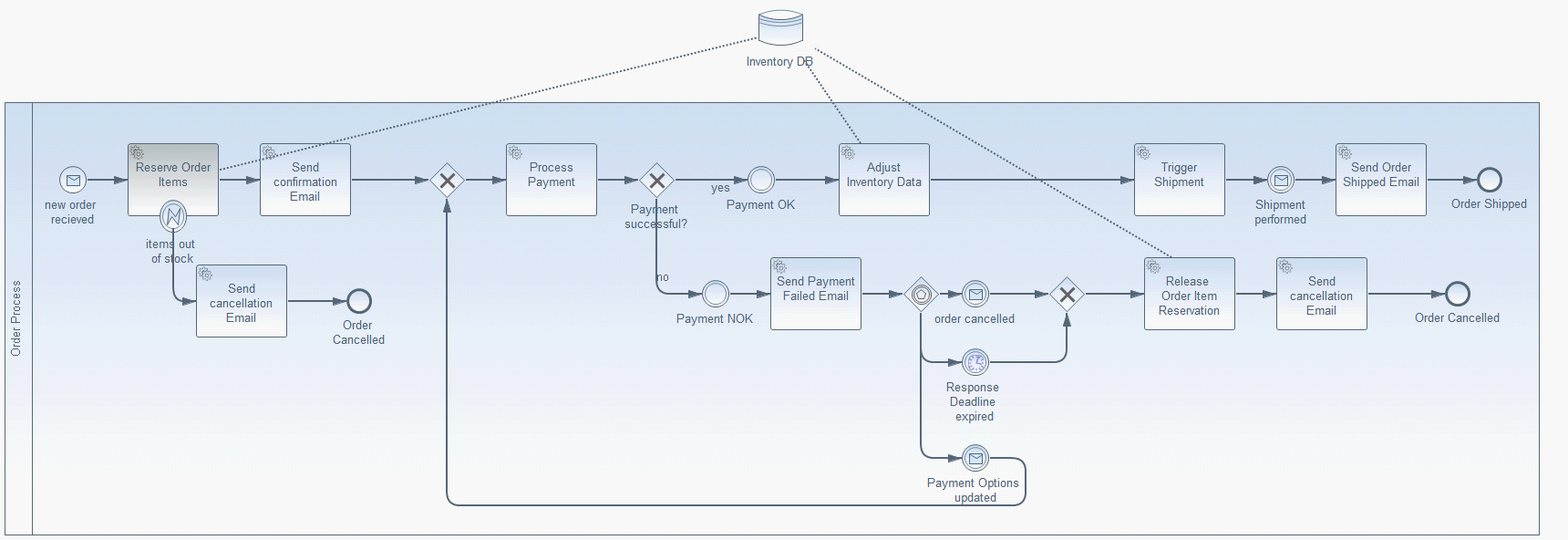
The BPMN diagram fruit-shop-app/src/main/resources/processOrder.png in meyerdan/order-processing-demo, before a commit. Its source is kept beside it as fruit-shop-app/src/main/resources/processOrder.bpmn. Ids are renumbered.
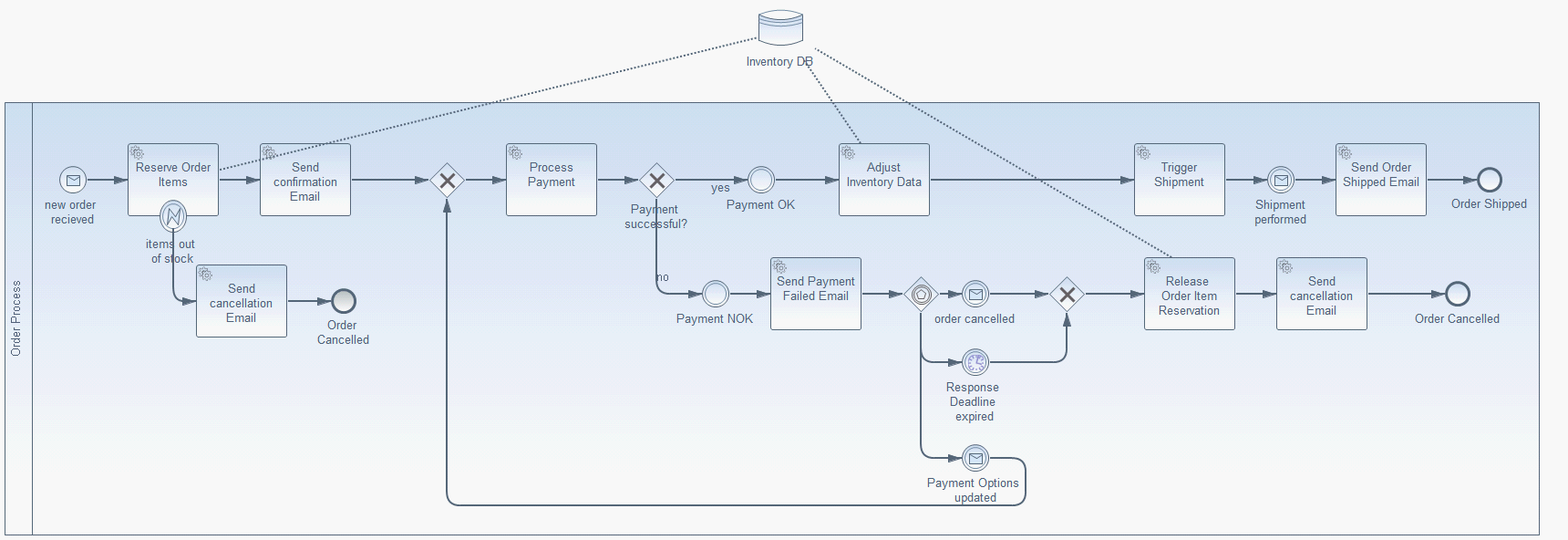
The same diagram one commit later.

The edit, as a diff of the source:
```diff
@@ -19,8 +19,7 @@
         <flowNodeRef>sid-EDCF7D66-7E3F-449F-9BDA-D0067E150F79</flowNodeRef>
-        <flowNodeRef>sid-59A38225-FF3F-4185-96CB-22D4180C5245</flowNodeRef>
+        <flowNodeRef>EndShipped2</flowNodeRef>
         <flowNodeRef>sid-382F031A-2A5F-474D-A986-A148D42F4662</flowNodeRef>
-        <flowNodeRef>sid-6A9F342B-1193-41BF-BF22-340E65BE1474</flowNodeRef>
+        <flowNodeRef>EndOrderCancelled2</flowNodeRef>
         <flowNodeRef>sid-3A7E6B25-4EA8-4A41-9B72-3DE9D47C74C0</flowNodeRef>
         <flowNodeRef>sid-23405C16-2806-47D8-AAEA-75DFFB701C02</flowNodeRef>
-        <flowNodeRef>sid-1F58693B-1A07-4BFA-9977-2B2AAE5D5504</flowNodeRef>
         <flowNodeRef>sid-0FE364B3-F436-4FFB-919C-F0C8B3483D77</flowNodeRef>
@@ -38,2 +37,3 @@
         <flowNodeRef>sid-95888210-337C-4C03-BC3D-2B60D69B6210</flowNodeRef>
+        <flowNodeRef>EndOrderCancelled1</flowNodeRef>
       </lane>
@@ -45,2 +45,6 @@
     <serviceTask id="sid-F2EC54E7-D69F-466B-96A3-78385F1DB3CB" activiti:expression="${processOrder.reserveOrderItems()}" activiti:async="true" name="Reserve Order Items" implementation="webService">
+      <extensionElements>
+        <activiti:executionListener class="com.camunda.fox.showcase.fruitshop.application.dashboard.monitoring.MonitoringEventListener" event="start"/>
+        <activiti:executionListener class="com.camunda.fox.showcase.fruitshop.application.dashboard.monitoring.MonitoringEventListener" event="end"/>
+      </extensionElements>
       <incoming>sid-CBBF786D-5FD8-4832-AAEC-F6A61EC39274</incoming>
@@ -49,2 +53,6 @@
     <serviceTask id="sid-7A07C7FE-AF3A-47AE-B6B3-905B25EA48A3" activiti:expression="${true}" name="Send confirmation Email" implementation="webService">
+      <extensionElements>
+        <activiti:executionListener class="com.camunda.fox.showcase.fruitshop.application.dashboard.monitoring.MonitoringEventListener" event="start"/>
+        <activiti:executionListener class="com.camunda.fox.showcase.fruitshop.application.dashboard.monitoring.MonitoringEventListener" event="end"/>
+      </extensionElements>
       <incoming>sid-25E77FF0-93A5-4723-9E95-9ADF4025A05E</incoming>
@@ -53,9 +61,15 @@
     <serviceTask id="sid-73454FC8-D69E-41B4-841D-E8E6870E1B04" activiti:expression="${true}" name="Trigger Shipment" implementation="webService">
+      <extensionElements>
+        <activiti:executionListener class="com.camunda.fox.showcase.fruitshop.application.dashboard.monitoring.MonitoringEventListener" event="start"/>
+        <activiti:executionListener class="com.camunda.fox.showcase.fruitshop.application.dashboard.monitoring.MonitoringEventListener" event="end"/>
+      </extensionElements>
       <incoming>sid-210A1C4D-85A5-45C2-88A6-551F4807D90D</incoming>
       <outgoing>sid-947F3EBE-B6CF-436E-97E5-6DE3D1E903AC</outgoing>
-      <outgoing>sid-233CE02E-5951-4E51-A02F-792FC77398D7</outgoing>
     </serviceTask>
     <intermediateCatchEvent id="sid-AC30AB02-8A00-46BB-92DF-49B1972BF77A" name="Shipment&#xA;performed">
+      <extensionElements>
+        <activiti:executionListener class="com.camunda.fox.showcase.fruitshop.application.dashboard.monitoring.MonitoringEventListener" event="start"/>
+        <activiti:executionListener class="com.camunda.fox.showcase.fruitshop.application.dashboard.monitoring.MonitoringEventListener" event="end"/>
+      </extensionElements>
       <incoming>sid-947F3EBE-B6CF-436E-97E5-6DE3D1E903AC</incoming>
-      <incoming>sid-233CE02E-5951-4E51-A02F-792FC77398D7</incoming>
       <outgoing>sid-2F9B6358-A3B4-4FD4-8B44-FB9ABC979262</outgoing>
@@ -64,2 +78,6 @@
     <serviceTask id="sid-EDCF7D66-7E3F-449F-9BDA-D0067E150F79" activiti:expression="${true}" name="Send Order Shipped Email" implementation="webService">
+      <extensionElements>
+        <activiti:executionListener class="com.camunda.fox.showcase.fruitshop.application.dashboard.monitoring.MonitoringEventListener" event="start"/>
+        <activiti:executionListener class="com.camunda.fox.showcase.fruitshop.application.dashboard.monitoring.MonitoringEventListener" event="end"/>
+      </extensionElements>
       <incoming>sid-2F9B6358-A3B4-4FD4-8B44-FB9ABC979262</incoming>
@@ -67,3 +85,7 @@
     </serviceTask>
-    <endEvent id="sid-59A38225-FF3F-4185-96CB-22D4180C5245" name="Order Shipped">
+    <endEvent id="EndShipped2" name="Order Shipped">
+      <extensionElements>
+        <activiti:executionListener class="com.camunda.fox.showcase.fruitshop.application.dashboard.monitoring.MonitoringEventListener" event="start"/>
+        <activiti:executionListener class="com.camunda.fox.showcase.fruitshop.application.dashboard.monitoring.MonitoringEventListener" event="end"/>
+      </extensionElements>
       <incoming>sid-5760EEBD-CF43-41FD-AB7C-33950B50A3D3</incoming>
@@ -71,2 +93,6 @@
     <serviceTask id="sid-382F031A-2A5F-474D-A986-A148D42F4662" activiti:expression="${true}" name="Release &#xA;Order Item Reservation" implementation="webService">
+      <extensionElements>
+        <activiti:executionListener class="com.camunda.fox.showcase.fruitshop.application.dashboard.monitoring.MonitoringEventListener" event="start"/>
+        <activiti:executionListener class="com.camunda.fox.showcase.fruitshop.application.dashboard.monitoring.MonitoringEventListener" event="end"/>
+      </extensionElements>
       <incoming>sid-8D53F495-8722-495C-8331-DF1C34AC364B</incoming>
@@ -74,3 +100,7 @@
     </serviceTask>
-    <endEvent id="sid-6A9F342B-1193-41BF-BF22-340E65BE1474" name="Order Cancelled">
+    <endEvent id="EndOrderCancelled2" name="Order Cancelled">
+      <extensionElements>
+        <activiti:executionListener class="com.camunda.fox.showcase.fruitshop.application.dashboard.monitoring.MonitoringEventListener" event="start"/>
+        <activiti:executionListener class="com.camunda.fox.showcase.fruitshop.application.dashboard.monitoring.MonitoringEventListener" event="end"/>
+      </extensionElements>
       <incoming>sid-928AFF99-C772-4FAD-94B1-E5F6E674BEFC</incoming>
@@ -82,2 +112,6 @@
     <serviceTask id="sid-23405C16-2806-47D8-AAEA-75DFFB701C02" activiti:expression="${true}" name="Send cancellation Email" implementation="webService">
+      <extensionElements>
+        <activiti:executionListener class="com.camunda.fox.showcase.fruitshop.application.dashboard.monitoring.MonitoringEventListener" event="start"/>
+        <activiti:executionListener class="com.camunda.fox.showcase.fruitshop.application.dashboard.monitoring.MonitoringEventListener" event="end"/>
+      </extensionElements>
       <incoming>sid-071D6F05-6D8F-4588-AA13-C4256E9416C1</incoming>
@@ -85,6 +119,7 @@
     </serviceTask>
-    <endEvent id="sid-1F58693B-1A07-4BFA-9977-2B2AAE5D5504" name="Order &#xA;Cancelled">
-      <incoming>sid-20ADF415-74E2-4AD1-B02B-837C61AB645F</incoming>
-    </endEvent>
     <intermediateThrowEvent id="sid-0FE364B3-F436-4FFB-919C-F0C8B3483D77" name="Payment OK">
+      <extensionElements>
+        <activiti:executionListener class="com.camunda.fox.showcase.fruitshop.application.dashboard.monitoring.MonitoringEventListener" event="start"/>
+        <activiti:executionListener class="com.camunda.fox.showcase.fruitshop.application.dashboard.monitoring.MonitoringEventListener" event="end"/>
+      </extensionElements>
       <incoming>sid-CB840199-14E7-4D75-889B-6C7AD565D647</incoming>
@@ -93,2 +128,6 @@
     <intermediateCatchEvent id="sid-F939A9FD-B74B-4AC8-808E-45F9ABDB4437" name="Response &#xA;Deadline &#xA;expired">
+      <extensionElements>
+        <activiti:executionListener class="com.camunda.fox.showcase.fruitshop.application.dashboard.monitoring.MonitoringEventListener" event="start"/>
+        <activiti:executionListener class="com.camunda.fox.showcase.fruitshop.application.dashboard.monitoring.MonitoringEventListener" event="end"/>
+      </extensionElements>
       <incoming>sid-ED12FE5C-464E-46C9-8428-99AA2714BE74</incoming>
@@ -100,2 +139,6 @@
     <intermediateCatchEvent id="sid-69C544B8-87A8-4EB7-80A1-36C10C807070" name="Payment Options &#xA;updated&#xA;">
+      <extensionElements>
+        <activiti:executionListener class="com.camunda.fox.showcase.fruitshop.application.dashboard.monitoring.MonitoringEventListener" event="start"/>
+        <activiti:executionListener class="com.camunda.fox.showcase.fruitshop.application.dashboard.monitoring.MonitoringEventListener" event="end"/>
+      </extensionElements>
       <incoming>sid-764C1FB8-5259-4CA5-AF1A-10F9671814E3</incoming>
@@ -110,2 +153,6 @@
     <serviceTask id="sid-4CAB9C5D-6C9A-4BFF-96CA-A2197ED8048C" activiti:expression="${true}" name="Process Payment" implementation="webService">
+      <extensionElements>
+        <activiti:executionListener class="com.camunda.fox.showcase.fruitshop.application.dashboard.monitoring.MonitoringEventListener" event="start"/>
+        <activiti:executionListener class="com.camunda.fox.showcase.fruitshop.application.dashboard.monitoring.MonitoringEventListener" event="end"/>
+      </extensionElements>
       <incoming>sid-1AD2E3C3-CB73-48D4-8FA6-D59B18DAB304</incoming>
@@ -119,2 +166,6 @@
     <serviceTask id="sid-EF1EE1D0-5B9A-4250-B625-5D6EB5E1C0E1" activiti:expression="${true}" name="Send Payment Failed Email" implementation="webService">
+      <extensionElements>
+        <activiti:executionListener class="com.camunda.fox.showcase.fruitshop.application.dashboard.monitoring.MonitoringEventListener" event="start"/>
+        <activiti:executionListener class="com.camunda.fox.showcase.fruitshop.application.dashboard.monitoring.MonitoringEventListener" event="end"/>
+      </extensionElements>
       <incoming>sid-67DC51DA-D5EC-4F93-987F-61339D62CA14</incoming>
@@ -129,2 +180,6 @@
     <intermediateThrowEvent id="sid-6BA6113B-9EE0-4A35-900D-A4EE5C43CED9" name="Payment NOK">
+      <extensionElements>
+        <activiti:executionListener class="com.camunda.fox.showcase.fruitshop.application.dashboard.monitoring.MonitoringEventListener" event="start"/>
+        <activiti:executionListener class="com.camunda.fox.showcase.fruitshop.application.dashboard.monitoring.MonitoringEventListener" event="end"/>
+      </extensionElements>
       <incoming>sid-9E9F4B93-8204-4206-80BF-475F9470AA50</incoming>
@@ -138,2 +193,6 @@
     <intermediateCatchEvent id="sid-EE747842-EB5D-4905-80A0-73A0BCE166B2" name="order cancelled">
+      <extensionElements>
+        <activiti:executionListener class="com.camunda.fox.showcase.fruitshop.application.dashboard.monitoring.MonitoringEventListener" event="start"/>
+        <activiti:executionListener class="com.camunda.fox.showcase.fruitshop.application.dashboard.monitoring.MonitoringEventListener" event="end"/>
+      </extensionElements>
       <incoming>sid-AC059BC1-8E31-4C06-968F-50EB36132215</incoming>
@@ -143,2 +202,6 @@
     <serviceTask id="sid-EC7B5C43-2C65-44B4-938B-167D7F85ACBB" activiti:expression="${true}" name="Send cancellation Email" implementation="webService">
+      <extensionElements>
+        <activiti:executionListener class="com.camunda.fox.showcase.fruitshop.application.dashboard.monitoring.MonitoringEventListener" event="start"/>
+        <activiti:executionListener class="com.camunda.fox.showcase.fruitshop.application.dashboard.monitoring.MonitoringEventListener" event="end"/>
+      </extensionElements>
       <incoming>sid-EA4B1B1A-A7EF-4679-9C61-F16E38946BFC</incoming>
@@ -147,2 +210,6 @@
     <serviceTask id="sid-95888210-337C-4C03-BC3D-2B60D69B6210" activiti:expression="${true}" name="Adjust Inventory Data" implementation="webService">
+      <extensionElements>
+        <activiti:executionListener class="com.camunda.fox.showcase.fruitshop.application.dashboard.monitoring.MonitoringEventListener" event="start"/>
+        <activiti:executionListener class="com.camunda.fox.showcase.fruitshop.application.dashboard.monitoring.MonitoringEventListener" event="end"/>
+      </extensionElements>
       <incoming>sid-9BD856C0-4DB6-47E7-9425-8B1D3B38787E</incoming>
@@ -160,3 +227,3 @@
     <sequenceFlow id="sid-2F9B6358-A3B4-4FD4-8B44-FB9ABC979262" sourceRef="sid-AC30AB02-8A00-46BB-92DF-49B1972BF77A" targetRef="sid-EDCF7D66-7E3F-449F-9BDA-D0067E150F79"/>
-    <sequenceFlow id="sid-5760EEBD-CF43-41FD-AB7C-33950B50A3D3" sourceRef="sid-EDCF7D66-7E3F-449F-9BDA-D0067E150F79" targetRef="sid-59A38225-FF3F-4185-96CB-22D4180C5245"/>
+    <sequenceFlow id="sid-5760EEBD-CF43-41FD-AB7C-33950B50A3D3" sourceRef="sid-EDCF7D66-7E3F-449F-9BDA-D0067E150F79" targetRef="EndShipped2"/>
     <sequenceFlow id="sid-EA4B1B1A-A7EF-4679-9C61-F16E38946BFC" sourceRef="sid-382F031A-2A5F-474D-A986-A148D42F4662" targetRef="sid-EC7B5C43-2C65-44B4-938B-167D7F85ACBB"/>
@@ -164,4 +231,3 @@
     <sequenceFlow id="sid-071D6F05-6D8F-4588-AA13-C4256E9416C1" sourceRef="sid-3A7E6B25-4EA8-4A41-9B72-3DE9D47C74C0" targetRef="sid-23405C16-2806-47D8-AAEA-75DFFB701C02"/>
-    <sequenceFlow id="sid-20ADF415-74E2-4AD1-B02B-837C61AB645F" sourceRef="sid-23405C16-2806-47D8-AAEA-75DFFB701C02" targetRef="sid-1F58693B-1A07-4BFA-9977-2B2AAE5D5504"/>
-    <sequenceFlow id="sid-233CE02E-5951-4E51-A02F-792FC77398D7" sourceRef="sid-73454FC8-D69E-41B4-841D-E8E6870E1B04" targetRef="sid-AC30AB02-8A00-46BB-92DF-49B1972BF77A"/>
+    <sequenceFlow id="sid-20ADF415-74E2-4AD1-B02B-837C61AB645F" sourceRef="sid-23405C16-2806-47D8-AAEA-75DFFB701C02" targetRef="EndOrderCancelled1"/>
     <sequenceFlow id="sid-0FD10A32-E1DA-4892-BD95-E3DBA4DC456F" sourceRef="sid-EF1EE1D0-5B9A-4250-B625-5D6EB5E1C0E1" targetRef="sid-96C43AFB-8924-4C45-ADCB-3CACF30E4892"/>
@@ -177,3 +243,3 @@
     <sequenceFlow id="sid-87854BEF-2EDD-46FA-926A-FFFA2CFED346" sourceRef="sid-69C544B8-87A8-4EB7-80A1-36C10C807070" targetRef="sid-94C89724-EDD4-48D9-99AF-061E502E79E7"/>
-    <sequenceFlow id="sid-928AFF99-C772-4FAD-94B1-E5F6E674BEFC" sourceRef="sid-EC7B5C43-2C65-44B4-938B-167D7F85ACBB" targetRef="sid-6A9F342B-1193-41BF-BF22-340E65BE1474"/>
+    <sequenceFlow id="sid-928AFF99-C772-4FAD-94B1-E5F6E674BEFC" sourceRef="sid-EC7B5C43-2C65-44B4-938B-167D7F85ACBB" targetRef="EndOrderCancelled2"/>
     <sequenceFlow id="sid-9BD856C0-4DB6-47E7-9425-8B1D3B38787E" sourceRef="sid-0FE364B3-F436-4FFB-919C-F0C8B3483D77" targetRef="sid-95888210-337C-4C03-BC3D-2B60D69B6210"/>
@@ -181,2 +247,9 @@
     <dataStoreReference id="sid-A3B90950-4996-4066-8D10-E6395AB23860" name="Inventory DB" dataStoreRef="sid-0c324fc4-5cbf-4b95-be7b-68a99c27c2fe"/>
+    <endEvent id="EndOrderCancelled1" name="Order &#xA;Cancelled">
+      <extensionElements>
+        <activiti:executionListener class="com.camunda.fox.showcase.fruitshop.application.dashboard.monitoring.MonitoringEventListener" event="start"/>
+        <activiti:executionListener class="com.camunda.fox.showcase.fruitshop.application.dashboard.monitoring.MonitoringEventListener" event="end"/>
+      </extensionElements>
+      <incoming>sid-20ADF415-74E2-4AD1-B02B-837C61AB645F</incoming>
+    </endEvent>
     <association id="sid-72DCAE08-07BA-4F60-A030-7E1135F47EAD" sourceRef="sid-A3B90950-4996-4066-8D10-E6395AB23860" targetRef="sid-95888210-337C-4C03-BC3D-2B60D69B6210"/>
@@ -213,3 +286,3 @@
       </bpmndi:BPMNShape>
-      <bpmndi:BPMNShape id="sid-59A38225-FF3F-4185-96CB-22D4180C5245_gui" bpmnElement="sid-59A38225-FF3F-4185-96CB-22D4180C5245">
+      <bpmndi:BPMNShape id="sid-59A38225-FF3F-4185-96CB-22D4180C5245_gui" bpmnElement="EndShipped2">
         <omgdc:Bounds height="28.0" width="28.0" x="1615.0" y="178.30501"/>
@@ -219,4 +292,7 @@
       </bpmndi:BPMNShape>
-      <bpmndi:BPMNShape id="sid-6A9F342B-1193-41BF-BF22-340E65BE1474_gui" bpmnElement="sid-6A9F342B-1193-41BF-BF22-340E65BE1474">
+      <bpmndi:BPMNShape id="sid-6A9F342B-1193-41BF-BF22-340E65BE1474_gui" bpmnElement="EndOrderCancelled2">
         <omgdc:Bounds height="28.0" width="28.0" x="1580.0" y="303.0"/>
+        <bpmndi:BPMNLabel id="BPMNLabel_1">
+          <omgdc:Bounds height="22.0" width="99.0" x="1545.0" y="334.0"/>
+        </bpmndi:BPMNLabel>
       </bpmndi:BPMNShape>
@@ -228,4 +304,7 @@
       </bpmndi:BPMNShape>
-      <bpmndi:BPMNShape id="sid-1F58693B-1A07-4BFA-9977-2B2AAE5D5504_gui" bpmnElement="sid-1F58693B-1A07-4BFA-9977-2B2AAE5D5504">
-        <omgdc:Bounds height="28.0" width="28.0" x="375.0" y="311.0"/>
+      <bpmndi:BPMNShape id="sid-1F58693B-1A07-4BFA-9977-2B2AAE5D5504_gui" bpmnElement="EndOrderCancelled1">
+        <omgdc:Bounds height="28.0" width="28.0" x="358.0" y="311.0"/>
+        <bpmndi:BPMNLabel>
+          <omgdc:Bounds height="38.0" width="63.0" x="341.0" y="341.0"/>
+        </bpmndi:BPMNLabel>
       </bpmndi:BPMNShape>
@@ -294,3 +373,3 @@
         <omgdi:waypoint xsi:type="omgdc:Point" x="310.0" y="325.0"/>
-        <omgdi:waypoint xsi:type="omgdc:Point" x="375.0" y="325.0"/>
+        <omgdi:waypoint xsi:type="omgdc:Point" x="358.0" y="325.0"/>
       </bpmndi:BPMNEdge>
@@ -372,6 +451,2 @@
       </bpmndi:BPMNEdge>
-      <bpmndi:BPMNEdge id="sid-233CE02E-5951-4E51-A02F-792FC77398D7_gui" bpmnElement="sid-233CE02E-5951-4E51-A02F-792FC77398D7">
-        <omgdi:waypoint xsi:type="omgdc:Point" x="1339.0" y="192.0"/>
-        <omgdi:waypoint xsi:type="omgdc:Point" x="1385.0" y="192.0"/>
-      </bpmndi:BPMNEdge>
       <bpmndi:BPMNEdge id="sid-0FD10A32-E1DA-4892-BD95-E3DBA4DC456F_gui" bpmnElement="sid-0FD10A32-E1DA-4892-BD95-E3DBA4DC456F">
```
